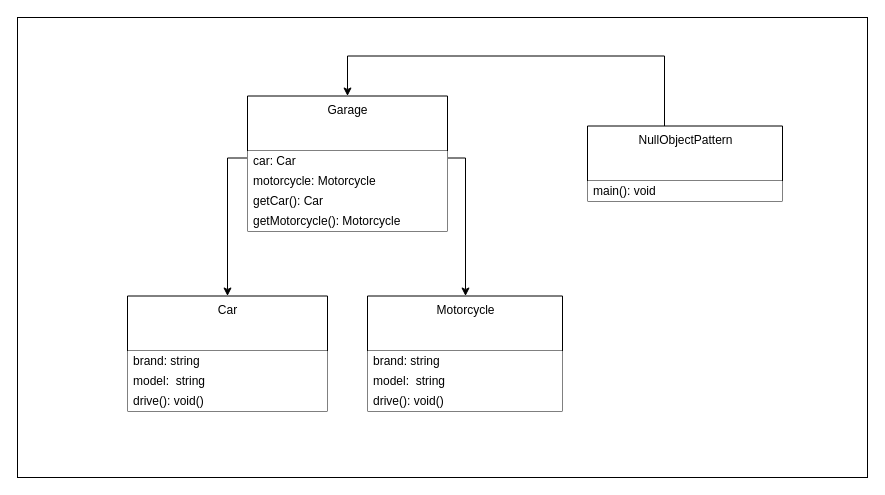
Before: page "NullObjectPattern-1" (3 of 4) of images/clean-code-error-handling/Error-handling.drawio in GabrielSlima/blog, a draw.io diagram. Source tidied: cells renumbered, new cells numbered last; positions are measured from the earlier drawing's top-left corner, leaving out a move shared by most shapes. Both pictures are drawn from the tidied source at 100%, with x=0, y=0 at pixel (17, 17).
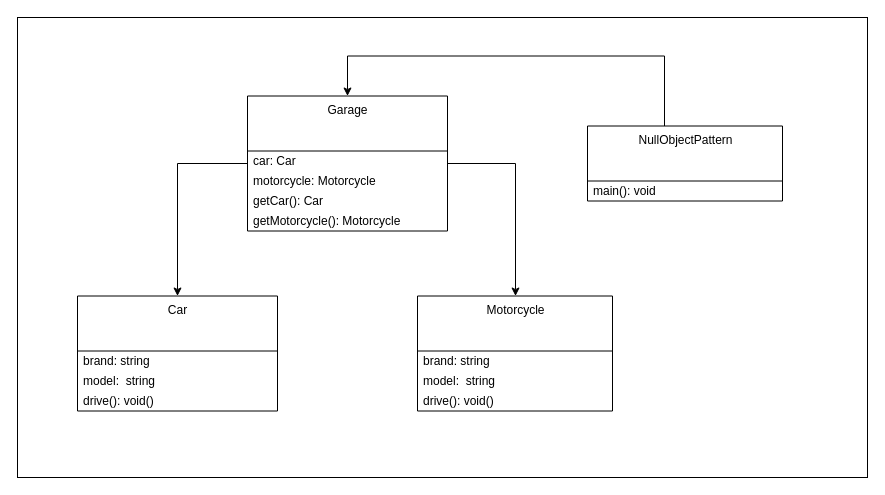
The same diagram, later.

Diff of the diagram source:
```diff
@@
     <mxCell id="3" style="edgeStyle=orthogonalEdgeStyle;rounded=0;jettySize=auto;html=1;" parent="1" edge="1" source="5" target="10">
       <mxGeometry relative="1" as="geometry">
         <Array as="points">
-          <mxPoint x="448" y="140.5" />
+          <mxPoint x="498" y="146" />
         </Array>
       </mxGeometry>
     </mxCell>
     <mxCell id="4" style="edgeStyle=orthogonalEdgeStyle;rounded=0;jettySize=auto;html=1;" parent="1" edge="1" source="5" target="14">
       <mxGeometry relative="1" as="geometry">
         <Array as="points">
-          <mxPoint x="210" y="140.5" />
+          <mxPoint x="160" y="146" />
         </Array>
       </mxGeometry>
     </mxCell>
-    <mxCell id="5" value="Garage" style="swimlane;fontStyle=0;align=center;verticalAlign=top;horizontal=1;startSize=55;html=1;" parent="1" vertex="1">
+    <mxCell id="5" value="Garage" style="swimlane;fontStyle=0;align=center;verticalAlign=top;horizontal=1;startSize=55;html=1;fillColor=none;" parent="1" vertex="1">
       <mxGeometry x="230" y="78.5" width="200" height="135" as="geometry" />
     </mxCell>
-    <mxCell id="6" value="&lt;div&gt;car: Car&lt;/div&gt;" style="text;html=1;strokeColor=none;align=left;verticalAlign=middle;spacingLeft=4;spacingRight=4;overflow=hidden;fillColor=#ffffff;" parent="5" vertex="1">
+    <mxCell id="6" value="&lt;div&gt;car: Car&lt;/div&gt;" style="text;html=1;strokeColor=none;align=left;verticalAlign=middle;spacingLeft=4;spacingRight=4;overflow=hidden;" parent="5" vertex="1">
       <mxGeometry y="55" width="200" height="20" as="geometry" />
     </mxCell>
-    <mxCell id="7" value="&lt;div&gt;motorcycle: Motorcycle&lt;/div&gt;" style="text;html=1;strokeColor=none;align=left;verticalAlign=middle;spacingLeft=4;spacingRight=4;overflow=hidden;fillColor=#ffffff;" parent="5" vertex="1">
+    <mxCell id="7" value="&lt;div&gt;motorcycle: Motorcycle&lt;/div&gt;" style="text;html=1;strokeColor=none;align=left;verticalAlign=middle;spacingLeft=4;spacingRight=4;overflow=hidden;" parent="5" vertex="1">
       <mxGeometry y="75" width="200" height="20" as="geometry" />
     </mxCell>
-    <mxCell id="8" value="&lt;div&gt;getCar(): Car&lt;/div&gt;" style="text;html=1;strokeColor=none;align=left;verticalAlign=middle;spacingLeft=4;spacingRight=4;overflow=hidden;fillColor=#ffffff;" parent="5" vertex="1">
+    <mxCell id="8" value="&lt;div&gt;getCar(): Car&lt;/div&gt;" style="text;html=1;strokeColor=none;align=left;verticalAlign=middle;spacingLeft=4;spacingRight=4;overflow=hidden;" parent="5" vertex="1">
       <mxGeometry y="95" width="200" height="20" as="geometry" />
     </mxCell>
-    <mxCell id="9" value="&lt;div&gt;getMotorcycle(): Motorcycle&lt;/div&gt;" style="text;html=1;strokeColor=none;align=left;verticalAlign=middle;spacingLeft=4;spacingRight=4;overflow=hidden;fillColor=#ffffff;" parent="5" vertex="1">
+    <mxCell id="9" value="&lt;div&gt;getMotorcycle(): Motorcycle&lt;/div&gt;" style="text;html=1;strokeColor=none;align=left;verticalAlign=middle;spacingLeft=4;spacingRight=4;overflow=hidden;" parent="5" vertex="1">
       <mxGeometry y="115" width="200" height="20" as="geometry" />
     </mxCell>
-    <mxCell id="10" value="Motorcycle" style="swimlane;fontStyle=0;align=center;verticalAlign=top;horizontal=1;startSize=55;html=1;" parent="1" vertex="1">
-      <mxGeometry x="350" y="278.5" width="195" height="115" as="geometry" />
+    <mxCell id="10" value="Motorcycle" style="swimlane;fontStyle=0;align=center;verticalAlign=top;horizontal=1;startSize=55;html=1;fillColor=none;" parent="1" vertex="1">
+      <mxGeometry x="400" y="278.5" width="195" height="115" as="geometry" />
     </mxCell>
-    <mxCell id="11" value="brand: string" style="text;html=1;strokeColor=none;align=left;verticalAlign=middle;spacingLeft=4;spacingRight=4;overflow=hidden;fillColor=#ffffff;" parent="10" vertex="1">
+    <mxCell id="11" value="brand: string" style="text;html=1;strokeColor=none;align=left;verticalAlign=middle;spacingLeft=4;spacingRight=4;overflow=hidden;" parent="10" vertex="1">
       <mxGeometry y="55" width="195" height="20" as="geometry" />
     </mxCell>
-    <mxCell id="12" value="&lt;div&gt;model:&amp;nbsp; string&lt;/div&gt;" style="text;html=1;strokeColor=none;align=left;verticalAlign=middle;spacingLeft=4;spacingRight=4;overflow=hidden;fillColor=#ffffff;" parent="10" vertex="1">
+    <mxCell id="12" value="&lt;div&gt;model:&amp;nbsp; string&lt;/div&gt;" style="text;html=1;strokeColor=none;align=left;verticalAlign=middle;spacingLeft=4;spacingRight=4;overflow=hidden;" parent="10" vertex="1">
       <mxGeometry y="75" width="195" height="20" as="geometry" />
     </mxCell>
-    <mxCell id="13" value="&lt;div&gt;drive(): void()&lt;/div&gt;" style="text;html=1;strokeColor=none;align=left;verticalAlign=middle;spacingLeft=4;spacingRight=4;overflow=hidden;fillColor=#ffffff;" parent="10" vertex="1">
+    <mxCell id="13" value="&lt;div&gt;drive(): void()&lt;/div&gt;" style="text;html=1;strokeColor=none;align=left;verticalAlign=middle;spacingLeft=4;spacingRight=4;overflow=hidden;" parent="10" vertex="1">
       <mxGeometry y="95" width="195" height="20" as="geometry" />
     </mxCell>
-    <mxCell id="14" value="Car" style="swimlane;fontStyle=0;align=center;verticalAlign=top;horizontal=1;startSize=55;html=1;" parent="1" vertex="1">
-      <mxGeometry x="110" y="278.5" width="200" height="115" as="geometry" />
+    <mxCell id="14" value="Car" style="swimlane;fontStyle=0;align=center;verticalAlign=top;horizontal=1;startSize=55;html=1;fillColor=none;" parent="1" vertex="1">
+      <mxGeometry x="60" y="278.5" width="200" height="115" as="geometry" />
     </mxCell>
-    <mxCell id="15" value="brand: string" style="text;html=1;strokeColor=none;align=left;verticalAlign=middle;spacingLeft=4;spacingRight=4;overflow=hidden;fillColor=#ffffff;" parent="14" vertex="1">
+    <mxCell id="15" value="brand: string" style="text;html=1;strokeColor=none;align=left;verticalAlign=middle;spacingLeft=4;spacingRight=4;overflow=hidden;" parent="14" vertex="1">
       <mxGeometry y="55" width="200" height="20" as="geometry" />
     </mxCell>
-    <mxCell id="16" value="&lt;div&gt;model:&amp;nbsp; string&lt;/div&gt;" style="text;html=1;strokeColor=none;align=left;verticalAlign=middle;spacingLeft=4;spacingRight=4;overflow=hidden;fillColor=#ffffff;" parent="14" vertex="1">
+    <mxCell id="16" value="&lt;div&gt;model:&amp;nbsp; string&lt;/div&gt;" style="text;html=1;strokeColor=none;align=left;verticalAlign=middle;spacingLeft=4;spacingRight=4;overflow=hidden;" parent="14" vertex="1">
       <mxGeometry y="75" width="200" height="20" as="geometry" />
     </mxCell>
-    <mxCell id="17" value="&lt;div&gt;drive(): void()&lt;/div&gt;" style="text;html=1;strokeColor=none;align=left;verticalAlign=middle;spacingLeft=4;spacingRight=4;overflow=hidden;fillColor=#ffffff;" parent="14" vertex="1">
+    <mxCell id="17" value="&lt;div&gt;drive(): void()&lt;/div&gt;" style="text;html=1;strokeColor=none;align=left;verticalAlign=middle;spacingLeft=4;spacingRight=4;overflow=hidden;" parent="14" vertex="1">
       <mxGeometry y="95" width="200" height="20" as="geometry" />
     </mxCell>
@@
-    <mxCell id="19" value="NullObjectPattern" style="swimlane;fontStyle=0;align=center;verticalAlign=top;horizontal=1;startSize=55;html=1;" parent="1" vertex="1">
+    <mxCell id="19" value="NullObjectPattern" style="swimlane;fontStyle=0;align=center;verticalAlign=top;horizontal=1;startSize=55;html=1;fillColor=none;" parent="1" vertex="1">
       <mxGeometry x="570" y="108.5" width="195" height="75" as="geometry" />
     </mxCell>
-    <mxCell id="20" value="&lt;div&gt;main(): void&lt;/div&gt;" style="text;html=1;strokeColor=none;align=left;verticalAlign=middle;spacingLeft=4;spacingRight=4;overflow=hidden;fillColor=#ffffff;" parent="19" vertex="1">
+    <mxCell id="20" value="&lt;div&gt;main(): void&lt;/div&gt;" style="text;html=1;strokeColor=none;align=left;verticalAlign=middle;spacingLeft=4;spacingRight=4;overflow=hidden;" parent="19" vertex="1">
       <mxGeometry y="55" width="195" height="20" as="geometry" />
     </mxCell>
```
